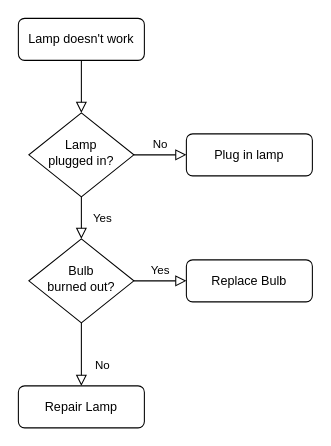
Before: Untitled Diagram.drawio in scanoss/integration-docs, a draw.io diagram. Source tidied: cells renumbered, new cells numbered last; positions are measured from the earlier drawing's top-left corner, leaving out a move shared by most shapes. Both pictures are drawn from the tidied source at 105%, with x=0, y=0 at pixel (18, 18).
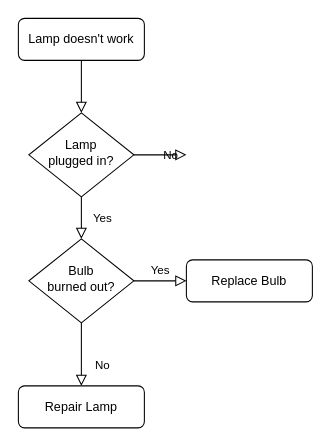
The same page after the edit.

Change to the diagram source:
```diff
@@
 <mxGraphModel>
   <root>
     <mxCell id="0" />
     <mxCell id="1" parent="0" />
     <mxCell id="2" style="rounded=0;html=1;jettySize=auto;fontSize=11;endArrow=block;endFill=0;endSize=8;strokeWidth=1;shadow=0;labelBackgroundColor=none;edgeStyle=orthogonalEdgeStyle;" parent="1" edge="1" source="3" target="6">
       <mxGeometry relative="1" as="geometry" />
     </mxCell>
     <mxCell id="3" value="Lamp doesn't work" style="rounded=1;whiteSpace=wrap;html=1;fontSize=12;glass=0;strokeWidth=1;shadow=0;" parent="1" vertex="1">
       <mxGeometry width="120" height="40" as="geometry" />
     </mxCell>
     <mxCell id="4" value="Yes" style="rounded=0;html=1;jettySize=auto;fontSize=11;endArrow=block;endFill=0;endSize=8;strokeWidth=1;shadow=0;labelBackgroundColor=none;edgeStyle=orthogonalEdgeStyle;" parent="1" edge="1" source="6" target="10">
       <mxGeometry y="20" relative="1" as="geometry" />
     </mxCell>
-    <mxCell id="5" value="No" style="edgeStyle=orthogonalEdgeStyle;rounded=0;html=1;jettySize=auto;fontSize=11;endArrow=block;endFill=0;endSize=8;strokeWidth=1;shadow=0;labelBackgroundColor=none;" parent="1" edge="1" source="6" target="7">
-      <mxGeometry y="10" relative="1" as="geometry" />
+    <mxCell id="5" value="No" style="edgeStyle=orthogonalEdgeStyle;rounded=0;html=1;jettySize=auto;fontSize=11;endArrow=block;endFill=0;endSize=8;strokeWidth=1;shadow=0;labelBackgroundColor=none;" parent="1" edge="1" source="6">
+      <mxGeometry y="10" relative="1" as="geometry">
+        <mxPoint x="160" y="130" as="targetPoint" />
+      </mxGeometry>
     </mxCell>
     <mxCell id="6" value="Lamp&lt;br&gt;plugged in?" style="rhombus;whiteSpace=wrap;html=1;shadow=0;fontFamily=Helvetica;fontSize=12;align=center;strokeWidth=1;spacing=6;spacingTop=-4;" parent="1" vertex="1">
       <mxGeometry x="10" y="90" width="100" height="80" as="geometry" />
     </mxCell>
-    <mxCell id="7" value="Plug in lamp" style="rounded=1;whiteSpace=wrap;html=1;fontSize=12;glass=0;strokeWidth=1;shadow=0;" parent="1" vertex="1">
-      <mxGeometry x="160" y="110" width="120" height="40" as="geometry" />
-    </mxCell>
     <mxCell id="8" value="No" style="rounded=0;html=1;jettySize=auto;fontSize=11;endArrow=block;endFill=0;endSize=8;strokeWidth=1;shadow=0;labelBackgroundColor=none;edgeStyle=orthogonalEdgeStyle;" parent="1" edge="1" source="10" target="11">
       <mxGeometry x="0.33" y="20" relative="1" as="geometry" />
     </mxCell>
     <mxCell id="9" value="Yes" style="edgeStyle=orthogonalEdgeStyle;rounded=0;html=1;jettySize=auto;fontSize=11;endArrow=block;endFill=0;endSize=8;strokeWidth=1;shadow=0;labelBackgroundColor=none;" parent="1" edge="1" source="10" target="12">
       <mxGeometry y="10" relative="1" as="geometry" />
     </mxCell>
     <mxCell id="10" value="Bulb&lt;br&gt;burned out?" style="rhombus;whiteSpace=wrap;html=1;shadow=0;fontFamily=Helvetica;fontSize=12;align=center;strokeWidth=1;spacing=6;spacingTop=-4;" parent="1" vertex="1">
       <mxGeometry x="10" y="210" width="100" height="80" as="geometry" />
     </mxCell>
     <mxCell id="11" value="Repair Lamp" style="rounded=1;whiteSpace=wrap;html=1;fontSize=12;glass=0;strokeWidth=1;shadow=0;" parent="1" vertex="1">
       <mxGeometry y="350" width="120" height="40" as="geometry" />
     </mxCell>
     <mxCell id="12" value="Replace Bulb" style="rounded=1;whiteSpace=wrap;html=1;fontSize=12;glass=0;strokeWidth=1;shadow=0;" parent="1" vertex="1">
       <mxGeometry x="160" y="230" width="120" height="40" as="geometry" />
     </mxCell>
   </root>
 </mxGraphModel>
```
